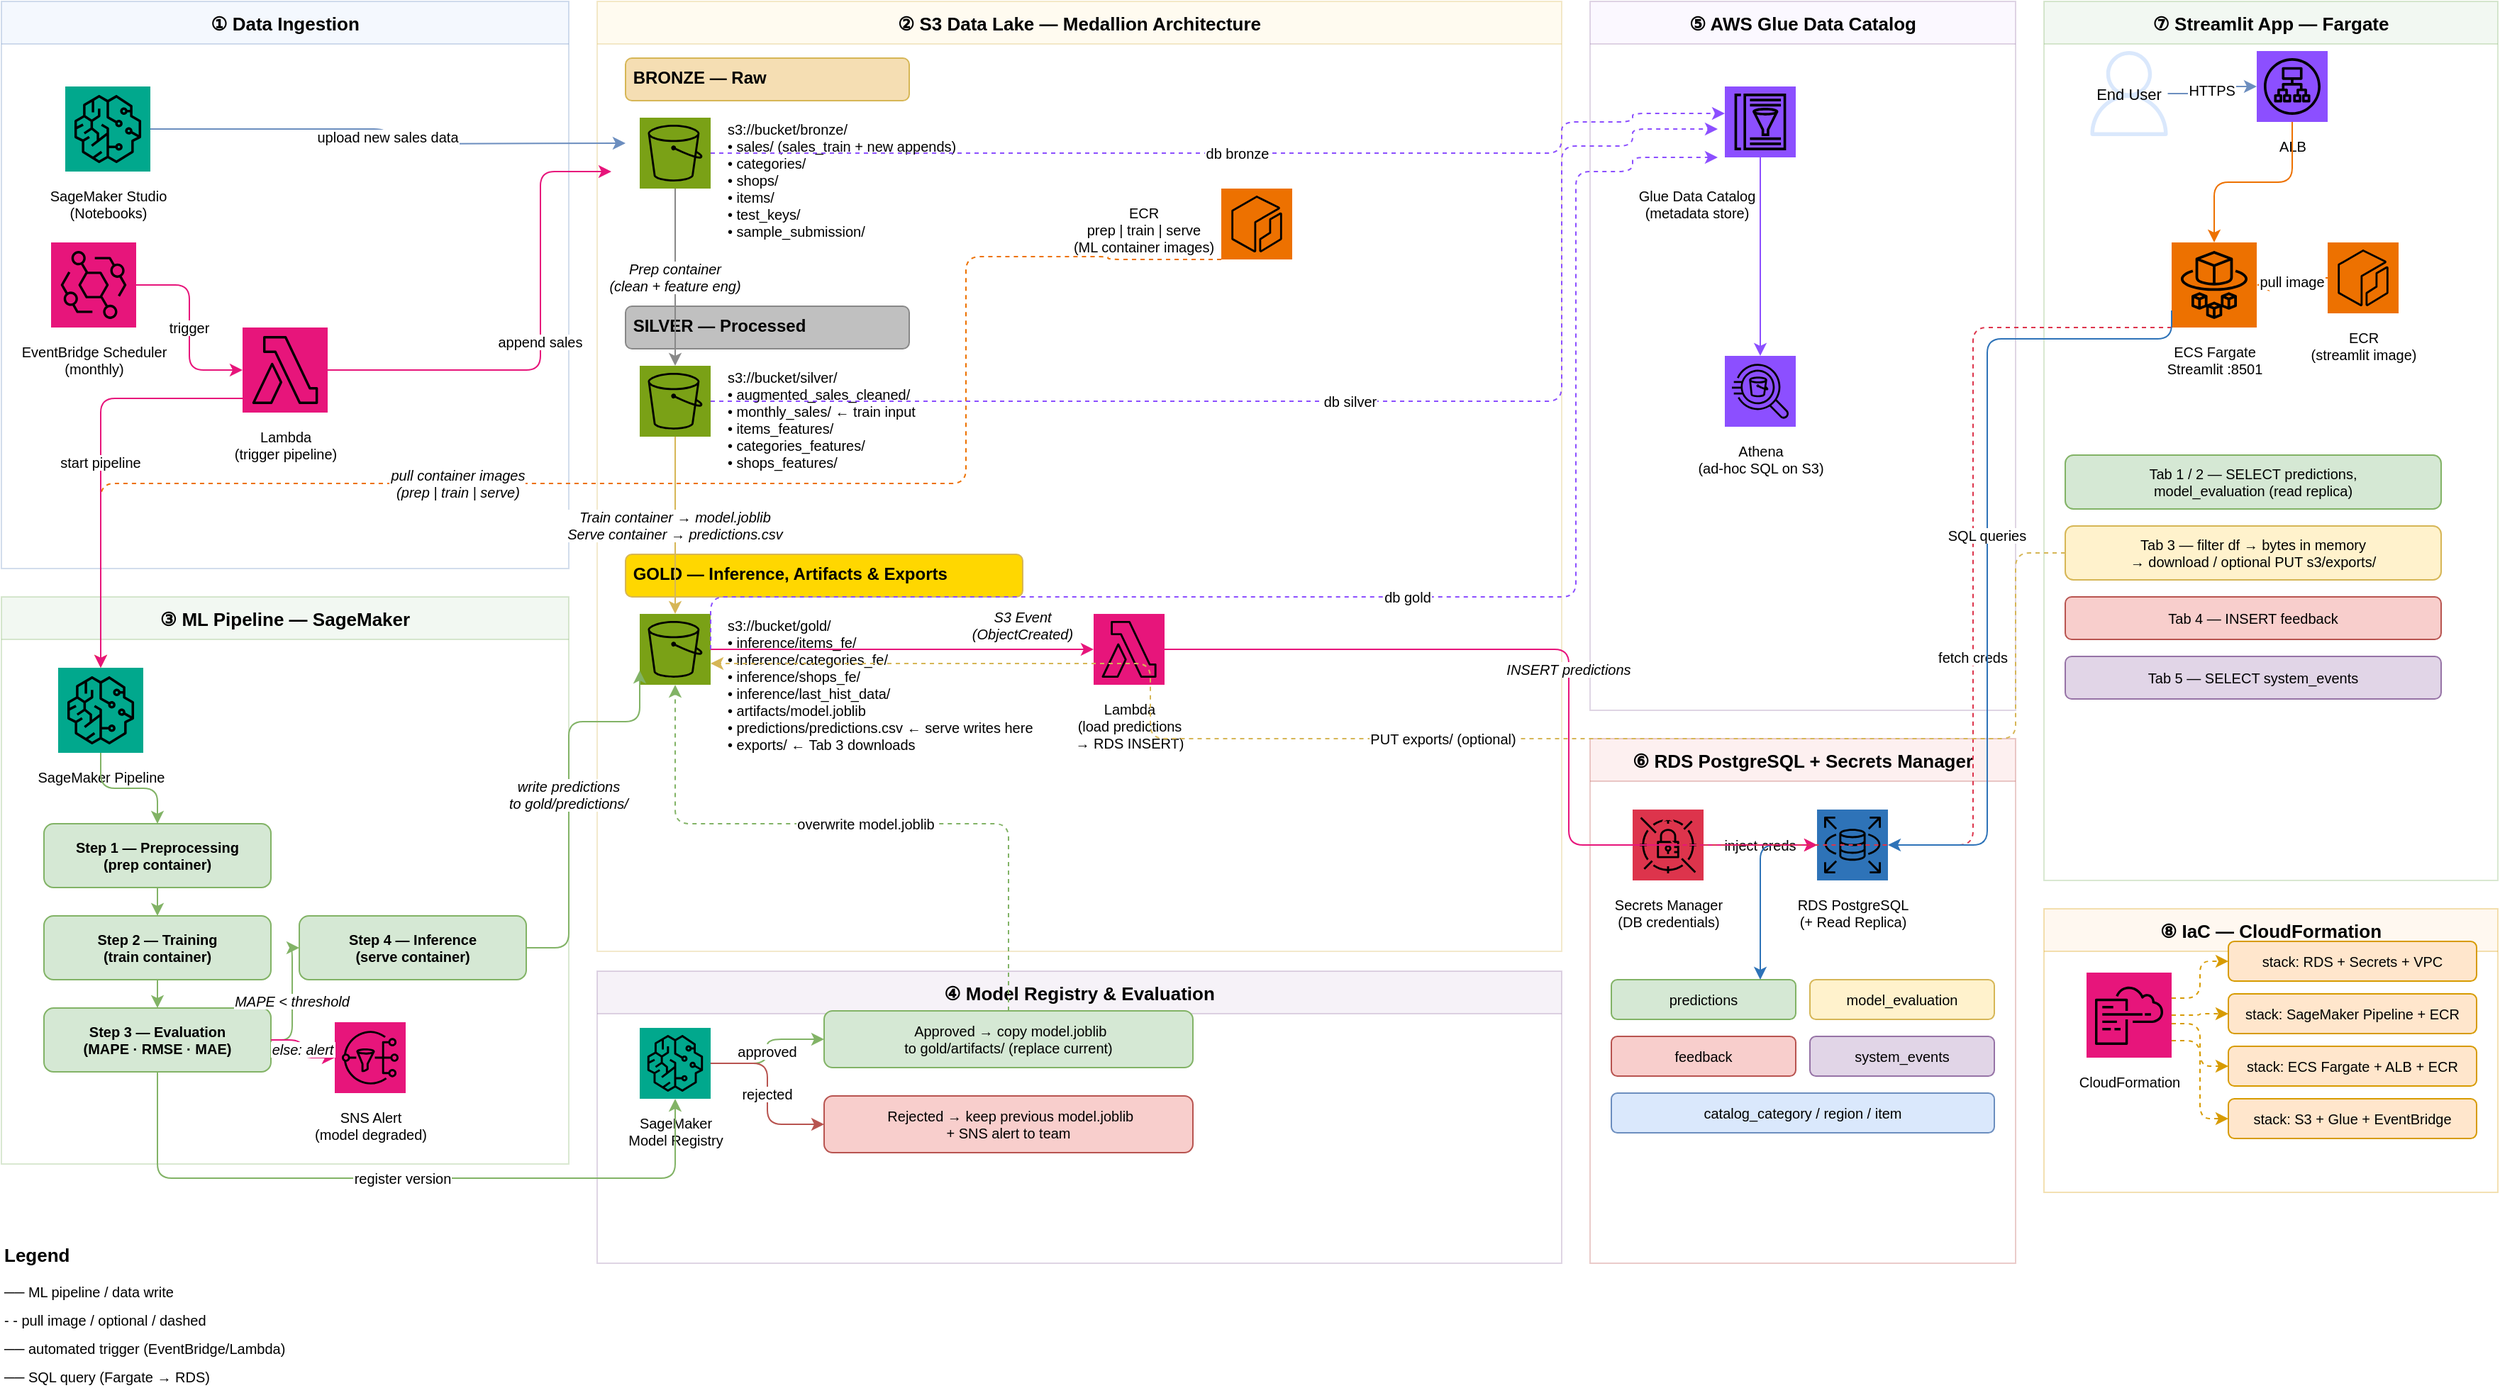
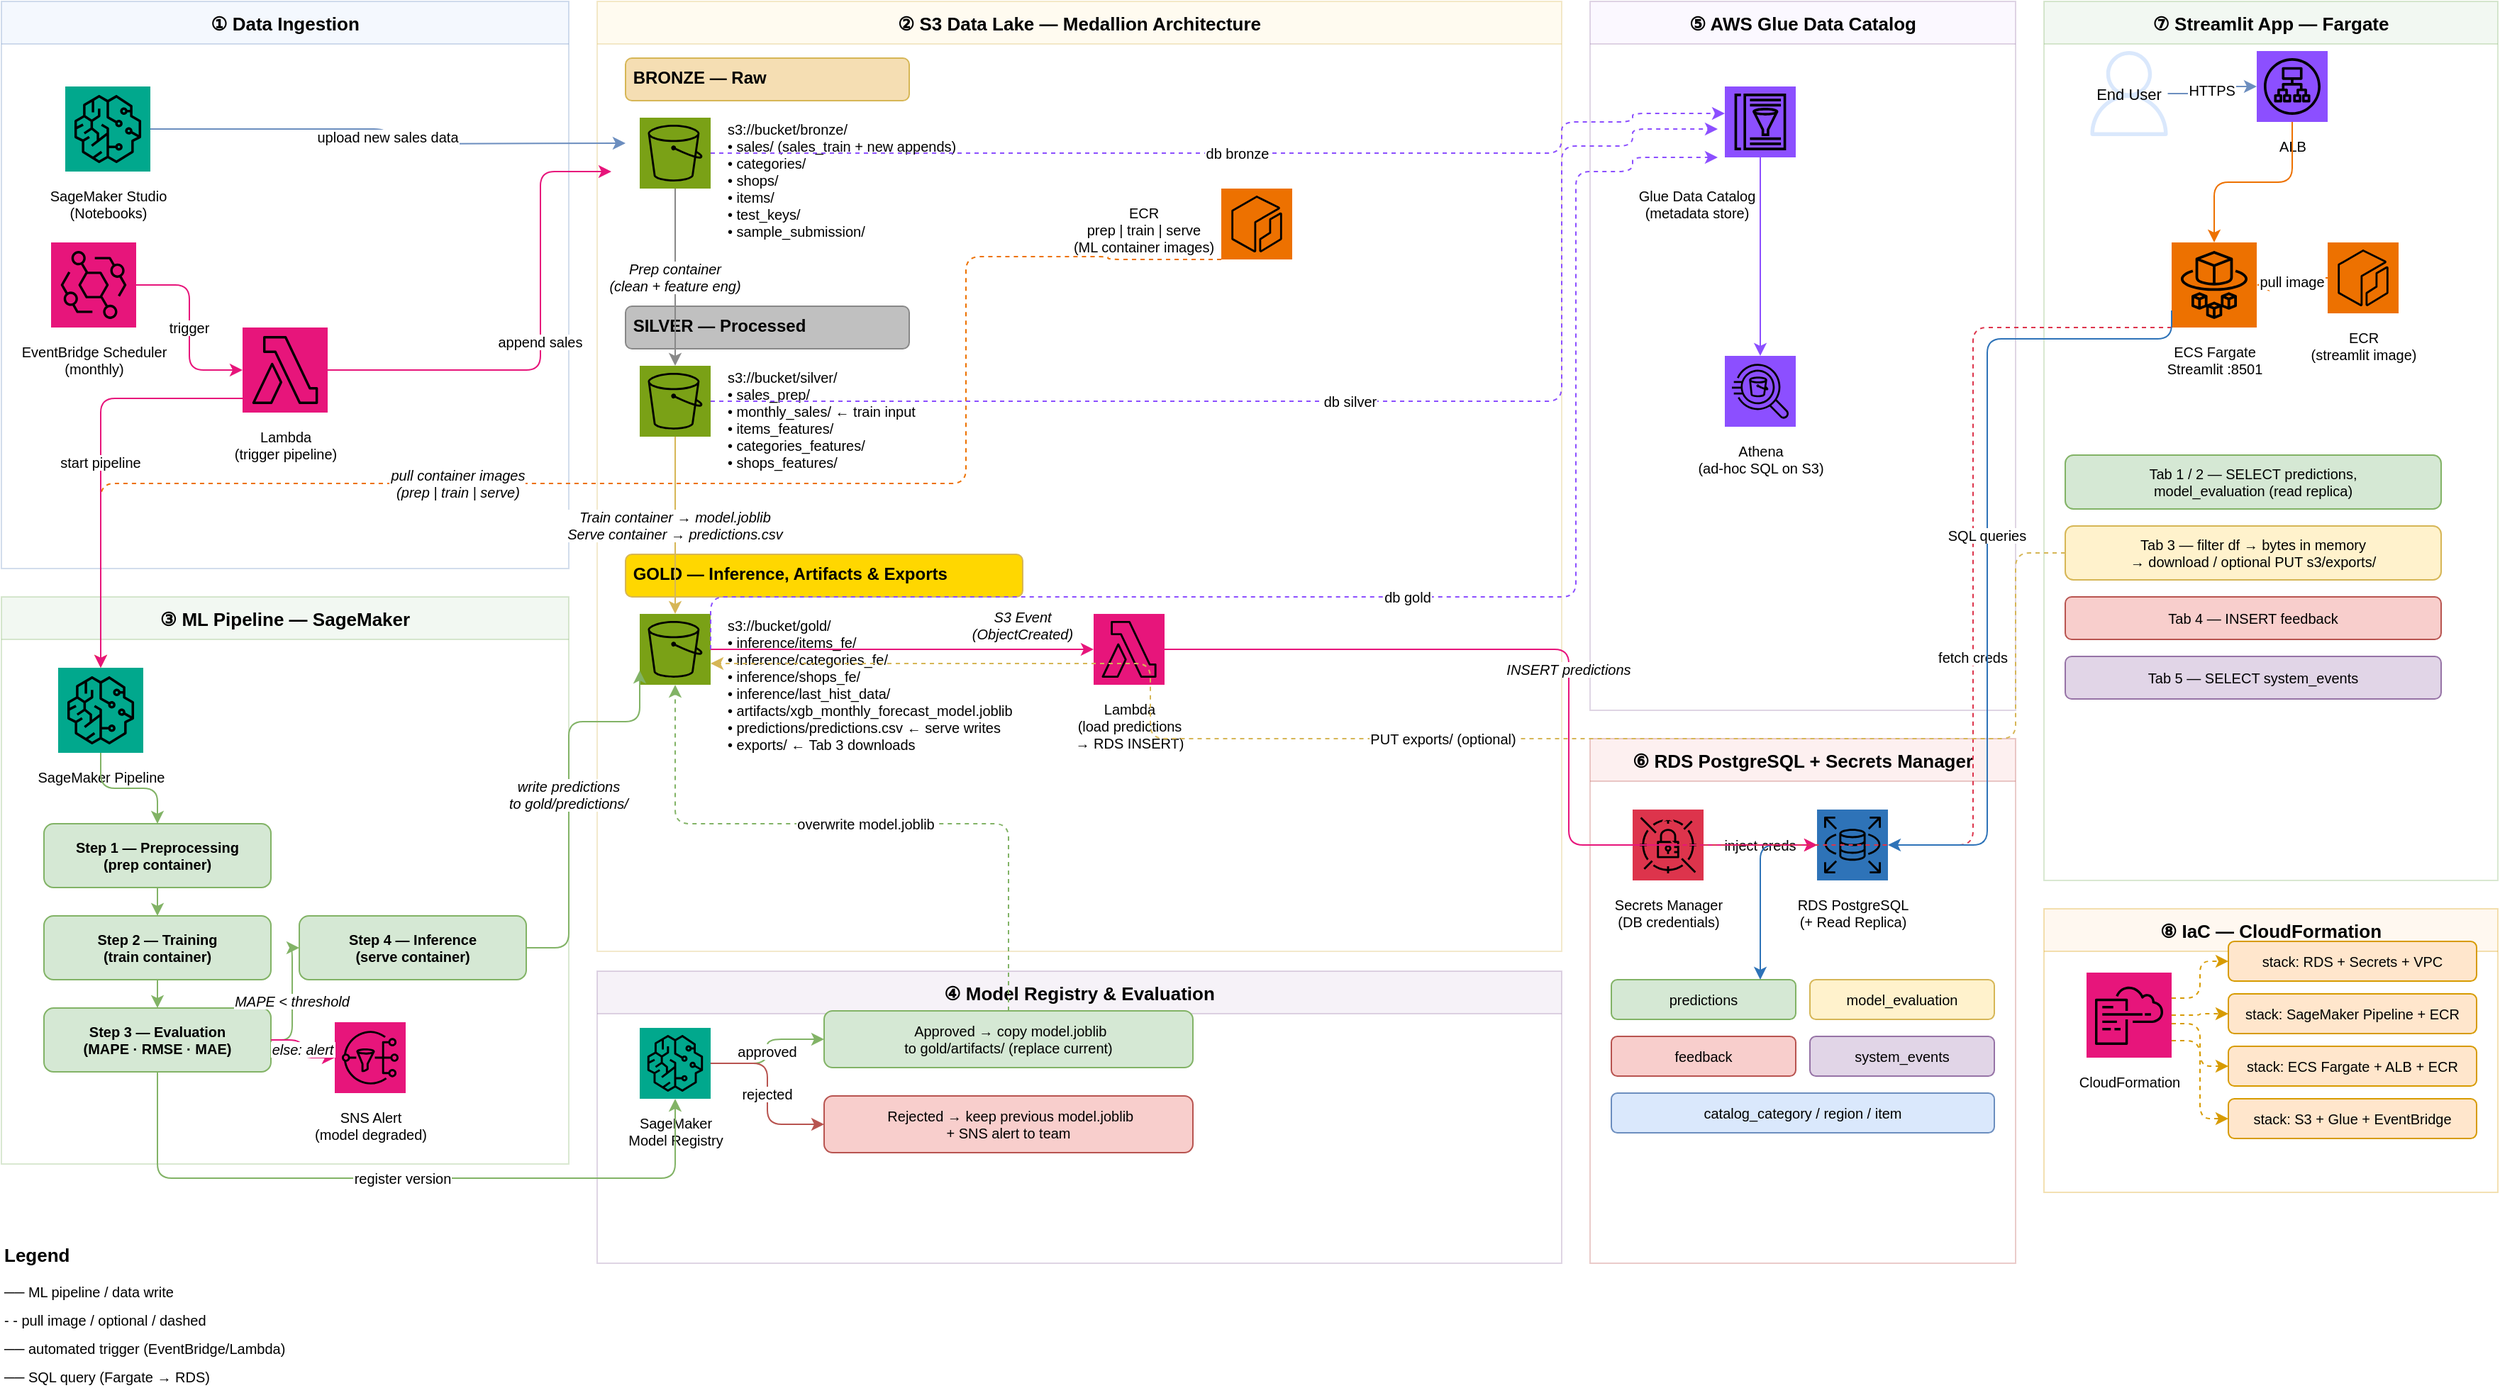
<mxfile host="app.diagrams.net">
  <diagram id="Pn2uagJREX6Z1DN-F_NW" name="Página-1">
-     <mxGraphModel dx="2293" dy="1103" grid="1" gridSize="10" guides="1" tooltips="1" connect="1" arrows="1" fold="1" page="1" pageScale="1" pageWidth="2800" pageHeight="2000" math="0" shadow="0">
+     <mxGraphModel dx="917" dy="441" grid="1" gridSize="10" guides="1" tooltips="1" connect="1" arrows="1" fold="1" page="1" pageScale="1" pageWidth="2800" pageHeight="2000" math="0" shadow="0">
      <root>
        <mxCell id="0" />
        <mxCell id="1" parent="0" />
        <mxCell id="zone_ingest" parent="1" style="swimlane;startSize=30;fillColor=#dae8fc;strokeColor=#6c8ebf;fontStyle=1;fontSize=13;opacity=30;" value="① Data Ingestion" vertex="1">
          <mxGeometry height="400" width="400" x="40" y="40" as="geometry" />
        </mxCell>
        <mxCell id="sm_studio" parent="zone_ingest" style="shape=mxgraph.aws4.resourceIcon;resIcon=mxgraph.aws4.sagemaker;fillColor=#01A88D;strokeColor=none;" value="" vertex="1">
          <mxGeometry height="60" width="60" x="45" y="60" as="geometry" />
        </mxCell>
        <mxCell id="sm_studio_lbl" parent="zone_ingest" style="text;html=1;align=center;fontSize=10;" value="SageMaker Studio&#xa;(Notebooks)" vertex="1">
          <mxGeometry height="30" width="110" x="20" y="125" as="geometry" />
        </mxCell>
        <mxCell id="scheduler" parent="zone_ingest" style="shape=mxgraph.aws4.resourceIcon;resIcon=mxgraph.aws4.eventbridge;fillColor=#E7157B;strokeColor=none;" value="" vertex="1">
          <mxGeometry height="60" width="60" x="35" y="170" as="geometry" />
        </mxCell>
        <mxCell id="scheduler_lbl" parent="zone_ingest" style="text;html=1;align=center;fontSize=10;" value="EventBridge Scheduler&lt;br&gt;(monthly)" vertex="1">
          <mxGeometry height="30" width="110" x="10" y="235" as="geometry" />
        </mxCell>
        <mxCell id="zone_s3" parent="1" style="swimlane;startSize=30;fillColor=#fff2cc;strokeColor=#d6b656;fontStyle=1;fontSize=13;opacity=30;" value="② S3 Data Lake — Medallion Architecture" vertex="1">
          <mxGeometry height="670" width="680" x="460" y="40" as="geometry" />
        </mxCell>
        <mxCell id="ecr" parent="zone_s3" style="shape=mxgraph.aws4.resourceIcon;resIcon=mxgraph.aws4.ecr;fillColor=#ED7100;strokeColor=none;" value="" vertex="1">
          <mxGeometry height="50" width="50" x="440" y="132" as="geometry" />
        </mxCell>
        <mxCell id="zone_ml" parent="1" style="swimlane;startSize=30;fillColor=#d5e8d4;strokeColor=#82b366;fontStyle=1;fontSize=13;opacity=30;" value="③ ML Pipeline — SageMaker" vertex="1">
          <mxGeometry height="400" width="400" x="40" y="460" as="geometry" />
        </mxCell>
        <mxCell id="zone_registry" parent="1" style="swimlane;startSize=30;fillColor=#e1d5e7;strokeColor=#9673a6;fontStyle=1;fontSize=13;opacity=30;" value="④ Model Registry &amp; Evaluation" vertex="1">
          <mxGeometry height="206" width="680" x="460" y="724" as="geometry" />
        </mxCell>
        <mxCell id="zone_catalog" parent="1" style="swimlane;startSize=30;fillColor=#f0e6ff;strokeColor=#9673a6;fontStyle=1;fontSize=13;opacity=30;" value="⑤ AWS Glue Data Catalog" vertex="1">
          <mxGeometry height="500" width="300" x="1160" y="40" as="geometry" />
        </mxCell>
        <mxCell id="glue_catalog" parent="zone_catalog" style="shape=mxgraph.aws4.resourceIcon;resIcon=mxgraph.aws4.glue_data_catalog;fillColor=#8C4FFF;strokeColor=none;" value="" vertex="1">
          <mxGeometry height="50" width="50" x="95" y="60" as="geometry" />
        </mxCell>
        <mxCell id="glue_catalog_lbl" parent="zone_catalog" style="text;html=1;align=center;fontSize=10;" value="Glue Data Catalog&#xa;(metadata store)" vertex="1">
          <mxGeometry height="30" width="90" x="30" y="125" as="geometry" />
        </mxCell>
        <mxCell id="zone_rds" parent="1" style="swimlane;startSize=30;fillColor=#f8cecc;strokeColor=#b85450;fontStyle=1;fontSize=13;opacity=30;" value="⑥ RDS PostgreSQL + Secrets Manager" vertex="1">
          <mxGeometry height="370" width="300" x="1160" y="560" as="geometry" />
        </mxCell>
        <mxCell id="zone_app" parent="1" style="swimlane;startSize=30;fillColor=#d5e8d4;strokeColor=#82b366;fontStyle=1;fontSize=13;opacity=30;" value="⑦ Streamlit App — Fargate" vertex="1">
          <mxGeometry height="620" width="320" x="1480" y="40" as="geometry" />
        </mxCell>
        <mxCell id="zone_iac" parent="1" style="swimlane;startSize=30;fillColor=#ffe6cc;strokeColor=#d79b00;fontStyle=1;fontSize=13;opacity=30;" value="⑧ IaC — CloudFormation" vertex="1">
          <mxGeometry height="200" width="320" x="1480" y="680" as="geometry" />
        </mxCell>
        <mxCell id="cfn" parent="zone_iac" style="shape=mxgraph.aws4.resourceIcon;resIcon=mxgraph.aws4.cloudformation;fillColor=#E7157B;strokeColor=none;" value="" vertex="1">
          <mxGeometry height="60" width="60" x="30" y="45" as="geometry" />
        </mxCell>
        <mxCell id="cfn_lbl" parent="zone_iac" style="text;html=1;align=center;fontSize=10;" value="CloudFormation" vertex="1">
          <mxGeometry height="20" width="90" x="15" y="110" as="geometry" />
        </mxCell>
        <mxCell id="lambda" parent="1" style="shape=mxgraph.aws4.resourceIcon;resIcon=mxgraph.aws4.lambda;fillColor=#E7157B;strokeColor=none;" value="" vertex="1">
          <mxGeometry height="60" width="60" x="210" y="270" as="geometry" />
        </mxCell>
        <mxCell id="lambda_lbl" parent="1" style="text;html=1;align=center;fontSize=10;" value="Lambda&#xa;(trigger pipeline)" vertex="1">
          <mxGeometry height="30" width="100" x="190" y="335" as="geometry" />
        </mxCell>
        <mxCell id="e_eb_lam" edge="1" parent="1" source="scheduler" style="edgeStyle=orthogonalEdgeStyle;fontSize=10;strokeColor=#E7157B;" target="lambda" value="trigger">
          <mxGeometry relative="1" as="geometry" />
        </mxCell>
        <mxCell id="e_sm_s3raw" edge="1" parent="1" source="sm_studio" style="edgeStyle=orthogonalEdgeStyle;fontSize=10;strokeColor=#6c8ebf;" value="upload new sales data">
          <mxGeometry relative="1" as="geometry">
            <mxPoint x="480" y="140" as="targetPoint" />
          </mxGeometry>
        </mxCell>
        <mxCell id="e_lam_s3raw" edge="1" parent="1" source="lambda" style="edgeStyle=orthogonalEdgeStyle;fontSize=10;strokeColor=#E7157B;" value="append sales">
          <mxGeometry relative="1" as="geometry">
            <Array as="points">
              <mxPoint x="420" y="300" />
            </Array>
            <mxPoint x="470" y="160" as="targetPoint" />
          </mxGeometry>
        </mxCell>
        <mxCell id="s3_bronze_hdr" parent="1" style="text;html=1;fontStyle=1;fontSize=12;fillColor=#f5deb3;strokeColor=#d6b656;rounded=1;" value="&amp;nbsp;BRONZE — Raw" vertex="1">
          <mxGeometry height="30" width="200" x="480" y="80" as="geometry" />
        </mxCell>
        <mxCell id="s3_bronze" parent="1" style="shape=mxgraph.aws4.resourceIcon;resIcon=mxgraph.aws4.s3;fillColor=#7AA116;strokeColor=none;" value="" vertex="1">
          <mxGeometry height="50" width="50" x="490" y="122" as="geometry" />
        </mxCell>
        <mxCell id="s3_bronze_lbl" parent="1" style="text;html=1;align=left;fontSize=10;verticalAlign=top;" value="s3://bucket/bronze/&#xa;• sales/ (sales_train + new appends)&#xa;• categories/&#xa;• shops/&#xa;• items/&#xa;• test_keys/&#xa;• sample_submission/" vertex="1">
          <mxGeometry height="100" width="240" x="550" y="118" as="geometry" />
        </mxCell>
        <mxCell id="s3_silver_hdr" parent="1" style="text;html=1;fontStyle=1;fontSize=12;fillColor=#c0c0c0;strokeColor=#888;rounded=1;" value="&amp;nbsp;SILVER — Processed" vertex="1">
          <mxGeometry height="30" width="200" x="480" y="255" as="geometry" />
        </mxCell>
        <mxCell id="s3_silver" parent="1" style="shape=mxgraph.aws4.resourceIcon;resIcon=mxgraph.aws4.s3;fillColor=#7AA116;strokeColor=none;" value="" vertex="1">
          <mxGeometry height="50" width="50" x="490" y="297" as="geometry" />
        </mxCell>
-         <mxCell id="s3_silver_lbl" parent="1" style="text;html=1;align=left;fontSize=10;verticalAlign=top;" value="s3://bucket/silver/&#xa;• augmented_sales_cleaned/&#xa;• monthly_sales/ ← train input&#xa;• items_features/&#xa;• categories_features/&#xa;• shops_features/" vertex="1">
+         <mxCell id="s3_silver_lbl" parent="1" style="text;html=1;align=left;fontSize=10;verticalAlign=top;" value="s3://bucket/silver/&lt;br&gt;• sales_prep/&lt;br&gt;• monthly_sales/ ← train input&lt;br&gt;• items_features/&lt;br&gt;• categories_features/&lt;br&gt;• shops_features/" vertex="1">
          <mxGeometry height="100" width="230" x="550" y="293" as="geometry" />
        </mxCell>
        <mxCell id="s3_gold_hdr" parent="1" style="text;html=1;fontStyle=1;fontSize=12;fillColor=#ffd700;strokeColor=#d6b656;rounded=1;" value="&amp;nbsp;GOLD — Inference, Artifacts &amp;amp; Exports" vertex="1">
          <mxGeometry height="30" width="280" x="480" y="430" as="geometry" />
        </mxCell>
        <mxCell id="s3_gold" parent="1" style="shape=mxgraph.aws4.resourceIcon;resIcon=mxgraph.aws4.s3;fillColor=#7AA116;strokeColor=none;" value="" vertex="1">
          <mxGeometry height="50" width="50" x="490" y="472" as="geometry" />
        </mxCell>
-         <mxCell id="s3_gold_lbl" parent="1" style="text;html=1;align=left;fontSize=10;verticalAlign=top;" value="s3://bucket/gold/&#xa;• inference/items_fe/&#xa;• inference/categories_fe/&#xa;• inference/shops_fe/&#xa;• inference/last_hist_data/&#xa;• artifacts/model.joblib&#xa;• predictions/predictions.csv  ← serve writes here&#xa;• exports/ ← Tab 3 downloads" vertex="1">
+         <mxCell id="s3_gold_lbl" parent="1" style="text;html=1;align=left;fontSize=10;verticalAlign=top;" value="s3://bucket/gold/&lt;br&gt;• inference/items_fe/&lt;br&gt;• inference/categories_fe/&lt;br&gt;• inference/shops_fe/&lt;br&gt;• inference/last_hist_data/&lt;br&gt;• artifacts/xgb_monthly_forecast_model.joblib&lt;br&gt;• predictions/predictions.csv  ← serve writes&lt;br&gt;• exports/ ← Tab 3 downloads" vertex="1">
          <mxGeometry height="130" width="260" x="550" y="468" as="geometry" />
        </mxCell>
        <mxCell id="lambda_loader" parent="1" style="shape=mxgraph.aws4.resourceIcon;resIcon=mxgraph.aws4.lambda;fillColor=#E7157B;strokeColor=none;" value="" vertex="1">
          <mxGeometry height="50" width="50" x="810" y="472" as="geometry" />
        </mxCell>
        <mxCell id="lambda_loader_lbl" parent="1" style="text;html=1;align=center;fontSize=10;" value="Lambda&lt;br&gt;(load predictions&lt;br&gt;→ RDS INSERT)" vertex="1">
          <mxGeometry height="40" width="90" x="790" y="527" as="geometry" />
        </mxCell>
        <mxCell id="e_gold_loader" edge="1" parent="1" source="s3_gold" style="edgeStyle=orthogonalEdgeStyle;fontSize=10;strokeColor=#E7157B;fontStyle=2;" target="lambda_loader" value="S3 Event&#xa;(ObjectCreated)">
          <mxGeometry relative="1" x="0.6296" y="17" as="geometry">
            <mxPoint as="offset" />
          </mxGeometry>
        </mxCell>
        <mxCell id="ecr_lbl" parent="1" style="text;html=1;align=center;fontSize=10;" value="ECR&#xa;prep | train | serve&#xa;(ML container images)" vertex="1">
          <mxGeometry height="40" width="100" x="795" y="177" as="geometry" />
        </mxCell>
        <mxCell id="e_bron_silv" edge="1" parent="1" source="s3_bronze" style="edgeStyle=orthogonalEdgeStyle;fontSize=10;exitX=0.5;exitY=1;entryX=0.5;entryY=0;strokeColor=#888;fontStyle=2;" target="s3_silver" value="Prep container&#xa;(clean + feature eng)">
          <mxGeometry relative="1" as="geometry" />
        </mxCell>
        <mxCell id="e_silv_gold" edge="1" parent="1" source="s3_silver" style="edgeStyle=orthogonalEdgeStyle;fontSize=10;exitX=0.5;exitY=1;entryX=0.5;entryY=0;strokeColor=#d6b656;fontStyle=2;" target="s3_gold" value="Train container → model.joblib&#xa;Serve container → predictions.csv">
          <mxGeometry relative="1" as="geometry" />
        </mxCell>
        <mxCell id="sm_pipeline" parent="1" style="shape=mxgraph.aws4.resourceIcon;resIcon=mxgraph.aws4.sagemaker;fillColor=#01A88D;strokeColor=none;" value="" vertex="1">
          <mxGeometry height="60" width="60" x="80" y="510" as="geometry" />
        </mxCell>
        <mxCell id="sm_pipeline_lbl" parent="1" style="text;html=1;align=center;fontSize=10;" value="SageMaker Pipeline" vertex="1">
          <mxGeometry height="20" width="100" x="60" y="575" as="geometry" />
        </mxCell>
        <mxCell id="step_prep" parent="1" style="rounded=1;fillColor=#d5e8d4;strokeColor=#82b366;fontSize=10;fontStyle=1;" value="Step 1 — Preprocessing&#xa;(prep container)" vertex="1">
          <mxGeometry height="45" width="160" x="70" y="620" as="geometry" />
        </mxCell>
        <mxCell id="step_train" parent="1" style="rounded=1;fillColor=#d5e8d4;strokeColor=#82b366;fontSize=10;fontStyle=1;" value="Step 2 — Training&#xa;(train container)" vertex="1">
          <mxGeometry height="45" width="160" x="70" y="685" as="geometry" />
        </mxCell>
        <mxCell id="step_eval" parent="1" style="rounded=1;fillColor=#d5e8d4;strokeColor=#82b366;fontSize=10;fontStyle=1;" value="Step 3 — Evaluation&#xa;(MAPE · RMSE · MAE)" vertex="1">
          <mxGeometry height="45" width="160" x="70" y="750" as="geometry" />
        </mxCell>
        <mxCell id="step_serve" parent="1" style="rounded=1;fillColor=#d5e8d4;strokeColor=#82b366;fontSize=10;fontStyle=1;" value="Step 4 — Inference&#xa;(serve container)" vertex="1">
          <mxGeometry height="45" width="160" x="250" y="685" as="geometry" />
        </mxCell>
        <mxCell id="sns" parent="1" style="shape=mxgraph.aws4.resourceIcon;resIcon=mxgraph.aws4.sns;fillColor=#E7157B;strokeColor=none;" value="" vertex="1">
          <mxGeometry height="50" width="50" x="275" y="760" as="geometry" />
        </mxCell>
        <mxCell id="sns_lbl" parent="1" style="text;html=1;align=center;fontSize=10;" value="SNS Alert&#xa;(model degraded)" vertex="1">
          <mxGeometry height="30" width="80" x="260" y="815" as="geometry" />
        </mxCell>
        <mxCell id="e_ecr_pipeline" edge="1" parent="1" source="ecr" style="edgeStyle=orthogonalEdgeStyle;fontSize=10;dashed=1;strokeColor=#ED7100;fontStyle=2;exitX=0;exitY=1;entryX=0.5;entryY=0;" target="sm_pipeline" value="pull container images&#xa;(prep | train | serve)">
          <mxGeometry relative="1" x="0.2939" as="geometry">
            <mxPoint as="offset" />
            <Array as="points">
              <mxPoint x="820" y="220" />
              <mxPoint x="720" y="220" />
              <mxPoint x="720" y="380" />
              <mxPoint x="110" y="380" />
            </Array>
          </mxGeometry>
        </mxCell>
        <mxCell id="e_lam_pipeline" edge="1" parent="1" source="lambda" style="edgeStyle=orthogonalEdgeStyle;fontSize=10;strokeColor=#E7157B;" target="sm_pipeline" value="start pipeline">
          <mxGeometry relative="1" as="geometry">
            <Array as="points">
              <mxPoint x="110" y="320" />
            </Array>
          </mxGeometry>
        </mxCell>
        <mxCell id="e_pipe_prep" edge="1" parent="1" source="sm_pipeline" style="edgeStyle=orthogonalEdgeStyle;strokeColor=#82b366;" target="step_prep" value="">
          <mxGeometry relative="1" as="geometry" />
        </mxCell>
        <mxCell id="e_prep_train" edge="1" parent="1" source="step_prep" style="edgeStyle=orthogonalEdgeStyle;strokeColor=#82b366;" target="step_train" value="">
          <mxGeometry relative="1" as="geometry" />
        </mxCell>
        <mxCell id="e_train_eval" edge="1" parent="1" source="step_train" style="edgeStyle=orthogonalEdgeStyle;strokeColor=#82b366;" target="step_eval" value="">
          <mxGeometry relative="1" as="geometry" />
        </mxCell>
        <mxCell id="e_eval_serve" edge="1" parent="1" source="step_eval" style="edgeStyle=orthogonalEdgeStyle;fontSize=10;fontStyle=2;strokeColor=#82b366;exitX=1;exitY=0.5;entryX=0;entryY=0.5;" target="step_serve" value="MAPE &lt; threshold">
          <mxGeometry relative="1" as="geometry">
            <Array as="points">
              <mxPoint x="245" y="772" />
              <mxPoint x="245" y="707" />
            </Array>
          </mxGeometry>
        </mxCell>
        <mxCell id="e_eval_sns" edge="1" parent="1" source="step_eval" style="edgeStyle=orthogonalEdgeStyle;fontSize=10;fontStyle=2;strokeColor=#E7157B;" target="sns" value="else: alert">
          <mxGeometry relative="1" as="geometry" />
        </mxCell>
        <mxCell id="e_serve_s3" edge="1" parent="1" source="step_serve" style="edgeStyle=orthogonalEdgeStyle;fontSize=10;fontStyle=2;strokeColor=#82b366;exitX=1;exitY=0.5;entryX=0;entryY=0.8;" target="s3_gold" value="write predictions&#xa;to gold/predictions/">
          <mxGeometry relative="1" as="geometry">
            <Array as="points">
              <mxPoint x="440" y="707" />
              <mxPoint x="440" y="548" />
            </Array>
          </mxGeometry>
        </mxCell>
        <mxCell id="model_registry" parent="1" style="shape=mxgraph.aws4.resourceIcon;resIcon=mxgraph.aws4.sagemaker;fillColor=#01A88D;strokeColor=none;" value="" vertex="1">
          <mxGeometry height="50" width="50" x="490" y="764" as="geometry" />
        </mxCell>
        <mxCell id="model_registry_lbl" parent="1" style="text;html=1;align=center;fontSize=10;" value="SageMaker&#xa;Model Registry" vertex="1">
          <mxGeometry height="30" width="90" x="470" y="819" as="geometry" />
        </mxCell>
        <mxCell id="model_approved" parent="1" style="rounded=1;fillColor=#d5e8d4;strokeColor=#82b366;fontSize=10;" value=" Approved → copy model.joblib&#xa;to gold/artifacts/ (replace current)" vertex="1">
          <mxGeometry height="40" width="260" x="620" y="752" as="geometry" />
        </mxCell>
        <mxCell id="model_rejected" parent="1" style="rounded=1;fillColor=#f8cecc;strokeColor=#b85450;fontSize=10;" value=" Rejected → keep previous model.joblib&#xa;+ SNS alert to team" vertex="1">
          <mxGeometry height="40" width="260" x="620" y="812" as="geometry" />
        </mxCell>
        <mxCell id="e_eval_reg" edge="1" parent="1" source="step_eval" style="edgeStyle=orthogonalEdgeStyle;fontSize=10;strokeColor=#82b366;" target="model_registry" value="register version">
          <mxGeometry relative="1" as="geometry">
            <Array as="points">
              <mxPoint x="150" y="870" />
              <mxPoint x="515" y="870" />
            </Array>
          </mxGeometry>
        </mxCell>
        <mxCell id="e_reg_approve" edge="1" parent="1" source="model_registry" style="edgeStyle=orthogonalEdgeStyle;fontSize=10;strokeColor=#82b366;" target="model_approved" value="approved">
          <mxGeometry relative="1" as="geometry" />
        </mxCell>
        <mxCell id="e_reg_reject" edge="1" parent="1" source="model_registry" style="edgeStyle=orthogonalEdgeStyle;fontSize=10;strokeColor=#b85450;" target="model_rejected" value="rejected">
          <mxGeometry relative="1" as="geometry" />
        </mxCell>
        <mxCell id="e_approve_gold" edge="1" parent="1" source="model_approved" style="edgeStyle=orthogonalEdgeStyle;fontSize=10;dashed=1;strokeColor=#82b366;" target="s3_gold" value="overwrite model.joblib">
          <mxGeometry relative="1" as="geometry">
            <Array as="points">
              <mxPoint x="750" y="620" />
              <mxPoint x="515" y="620" />
            </Array>
          </mxGeometry>
        </mxCell>
        <mxCell id="athena" parent="1" style="shape=mxgraph.aws4.resourceIcon;resIcon=mxgraph.aws4.athena;fillColor=#8C4FFF;strokeColor=none;" value="" vertex="1">
          <mxGeometry height="50" width="50" x="1255" y="290" as="geometry" />
        </mxCell>
        <mxCell id="athena_lbl" parent="1" style="text;html=1;align=center;fontSize=10;" value="Athena&#xa;(ad-hoc SQL on S3)" vertex="1">
          <mxGeometry height="30" width="90" x="1235" y="345" as="geometry" />
        </mxCell>
        <mxCell id="e_bronze_glue" edge="1" parent="1" source="s3_bronze" style="edgeStyle=orthogonalEdgeStyle;fontSize=10;dashed=1;strokeColor=#8C4FFF;exitX=1;exitY=0.5;entryX=0;entryY=0.38;entryDx=0;entryDy=0;entryPerimeter=0;" target="glue_catalog" value="db bronze">
          <mxGeometry relative="1" as="geometry">
            <Array as="points">
              <mxPoint x="1140" y="147" />
              <mxPoint x="1140" y="125" />
              <mxPoint x="1190" y="125" />
              <mxPoint x="1190" y="119" />
            </Array>
            <mxPoint x="1190" y="125" as="targetPoint" />
          </mxGeometry>
        </mxCell>
        <mxCell id="e_silver_glue" edge="1" parent="1" source="s3_silver" style="edgeStyle=orthogonalEdgeStyle;fontSize=10;dashed=1;strokeColor=#8C4FFF;exitX=1;exitY=0.5;" value="db silver">
          <mxGeometry relative="1" as="geometry">
            <Array as="points">
              <mxPoint x="1140" y="322" />
              <mxPoint x="1140" y="142" />
              <mxPoint x="1190" y="142" />
              <mxPoint x="1190" y="130" />
            </Array>
            <mxPoint x="1250" y="130" as="targetPoint" />
          </mxGeometry>
        </mxCell>
        <mxCell id="e_gold_glue" edge="1" parent="1" source="s3_gold" style="edgeStyle=orthogonalEdgeStyle;fontSize=10;dashed=1;strokeColor=#8C4FFF;exitX=1;exitY=0.5;" value="db gold">
          <mxGeometry relative="1" as="geometry">
            <Array as="points">
              <mxPoint x="540" y="460" />
              <mxPoint x="1150" y="460" />
              <mxPoint x="1150" y="160" />
              <mxPoint x="1190" y="160" />
              <mxPoint x="1190" y="150" />
            </Array>
            <mxPoint x="1250" y="150" as="targetPoint" />
          </mxGeometry>
        </mxCell>
        <mxCell id="e_cat_athena" edge="1" parent="1" source="glue_catalog" style="edgeStyle=orthogonalEdgeStyle;strokeColor=#8C4FFF;" target="athena" value="">
          <mxGeometry relative="1" as="geometry" />
        </mxCell>
        <mxCell id="secrets" parent="1" style="shape=mxgraph.aws4.resourceIcon;resIcon=mxgraph.aws4.secrets_manager;fillColor=#DD344C;strokeColor=none;" value="" vertex="1">
          <mxGeometry height="50" width="50" x="1190" y="610" as="geometry" />
        </mxCell>
        <mxCell id="secrets_lbl" parent="1" style="text;html=1;align=center;fontSize=10;" value="Secrets Manager&#xa;(DB credentials)" vertex="1">
          <mxGeometry height="30" width="90" x="1170" y="665" as="geometry" />
        </mxCell>
        <mxCell id="rds" parent="1" style="shape=mxgraph.aws4.resourceIcon;resIcon=mxgraph.aws4.rds;fillColor=#2E73B8;strokeColor=none;" value="" vertex="1">
          <mxGeometry height="50" width="50" x="1320" y="610" as="geometry" />
        </mxCell>
        <mxCell id="rds_lbl" parent="1" style="text;html=1;align=center;fontSize=10;" value="RDS PostgreSQL&#xa;(+ Read Replica)" vertex="1">
          <mxGeometry height="30" width="90" x="1300" y="665" as="geometry" />
        </mxCell>
        <mxCell id="tbl_pred" parent="1" style="rounded=1;fillColor=#d5e8d4;strokeColor=#82b366;fontSize=10;" value="predictions" vertex="1">
          <mxGeometry height="28" width="130" x="1175" y="730" as="geometry" />
        </mxCell>
        <mxCell id="tbl_eval" parent="1" style="rounded=1;fillColor=#fff2cc;strokeColor=#d6b656;fontSize=10;" value="model_evaluation" vertex="1">
          <mxGeometry height="28" width="130" x="1315" y="730" as="geometry" />
        </mxCell>
        <mxCell id="tbl_fb" parent="1" style="rounded=1;fillColor=#f8cecc;strokeColor=#b85450;fontSize=10;" value="feedback" vertex="1">
          <mxGeometry height="28" width="130" x="1175" y="770" as="geometry" />
        </mxCell>
        <mxCell id="tbl_se" parent="1" style="rounded=1;fillColor=#e1d5e7;strokeColor=#9673a6;fontSize=10;" value="system_events" vertex="1">
          <mxGeometry height="28" width="130" x="1315" y="770" as="geometry" />
        </mxCell>
        <mxCell id="tbl_cat" parent="1" style="rounded=1;fillColor=#dae8fc;strokeColor=#6c8ebf;fontSize=10;" value="catalog_category / region / item" vertex="1">
          <mxGeometry height="28" width="270" x="1175" y="810" as="geometry" />
        </mxCell>
        <mxCell id="e_sec_rds" edge="1" parent="1" source="secrets" style="edgeStyle=orthogonalEdgeStyle;fontSize=10;strokeColor=#DD344C;" target="rds" value="inject creds">
          <mxGeometry relative="1" as="geometry" />
        </mxCell>
        <mxCell id="e_rds_tbls" edge="1" parent="1" source="rds" style="edgeStyle=orthogonalEdgeStyle;strokeColor=#2E73B8;" target="tbl_pred" value="">
          <mxGeometry relative="1" as="geometry">
            <Array as="points">
              <mxPoint x="1280" y="635" />
            </Array>
          </mxGeometry>
        </mxCell>
        <mxCell id="e_loader_rds" edge="1" parent="1" source="lambda_loader" style="edgeStyle=orthogonalEdgeStyle;fontSize=10;fontStyle=2;strokeColor=#E7157B;exitX=1;exitY=0.5;entryX=0;entryY=0.5;" target="rds" value="INSERT predictions">
          <mxGeometry relative="1" as="geometry">
            <Array as="points">
              <mxPoint x="1145" y="497" />
              <mxPoint x="1145" y="635" />
              <mxPoint x="1320" y="635" />
            </Array>
          </mxGeometry>
        </mxCell>
        <mxCell id="user" parent="1" style="shape=mxgraph.aws4.user;fillColor=#dae8fc;strokeColor=#6c8ebf;fontSize=11;" value="End User" vertex="1">
          <mxGeometry height="60" width="60" x="1510" y="75" as="geometry" />
        </mxCell>
        <mxCell id="alb" parent="1" style="shape=mxgraph.aws4.resourceIcon;resIcon=mxgraph.aws4.application_load_balancer;fillColor=#8C4FFF;strokeColor=none;" value="" vertex="1">
          <mxGeometry height="50" width="50" x="1630" y="75" as="geometry" />
        </mxCell>
        <mxCell id="alb_lbl" parent="1" style="text;html=1;align=center;fontSize=10;" value="ALB" vertex="1">
          <mxGeometry height="20" width="50" x="1630" y="130" as="geometry" />
        </mxCell>
        <mxCell id="fargate" parent="1" style="shape=mxgraph.aws4.resourceIcon;resIcon=mxgraph.aws4.fargate;fillColor=#ED7100;strokeColor=none;" value="" vertex="1">
          <mxGeometry height="60" width="60" x="1570" y="210" as="geometry" />
        </mxCell>
        <mxCell id="fargate_lbl" parent="1" style="text;html=1;align=center;fontSize=10;" value="ECS Fargate&#xa;Streamlit :8501" vertex="1">
          <mxGeometry height="30" width="100" x="1550" y="275" as="geometry" />
        </mxCell>
        <mxCell id="ecr_app" parent="1" style="shape=mxgraph.aws4.resourceIcon;resIcon=mxgraph.aws4.ecr;fillColor=#ED7100;strokeColor=none;" value="" vertex="1">
          <mxGeometry height="50" width="50" x="1680" y="210" as="geometry" />
        </mxCell>
        <mxCell id="ecr_app_lbl" parent="1" style="text;html=1;align=center;fontSize=10;" value="ECR&#xa;(streamlit image)" vertex="1">
          <mxGeometry height="30" width="80" x="1665" y="265" as="geometry" />
        </mxCell>
        <mxCell id="tab12" parent="1" style="rounded=1;fillColor=#d5e8d4;strokeColor=#82b366;fontSize=10;" value="Tab 1 / 2 — SELECT predictions,&#xa;model_evaluation (read replica)" vertex="1">
          <mxGeometry height="38" width="265" x="1495" y="360" as="geometry" />
        </mxCell>
        <mxCell id="tab3" parent="1" style="rounded=1;fillColor=#fff2cc;strokeColor=#d6b656;fontSize=10;" value="Tab 3 — filter df → bytes in memory&#xa;→ download / optional PUT s3/exports/" vertex="1">
          <mxGeometry height="38" width="265" x="1495" y="410" as="geometry" />
        </mxCell>
        <mxCell id="tab4" parent="1" style="rounded=1;fillColor=#f8cecc;strokeColor=#b85450;fontSize=10;" value="Tab 4 — INSERT feedback" vertex="1">
          <mxGeometry height="30" width="265" x="1495" y="460" as="geometry" />
        </mxCell>
        <mxCell id="tab5" parent="1" style="rounded=1;fillColor=#e1d5e7;strokeColor=#9673a6;fontSize=10;" value="Tab 5 — SELECT system_events" vertex="1">
          <mxGeometry height="30" width="265" x="1495" y="502" as="geometry" />
        </mxCell>
        <mxCell id="e_user_alb" edge="1" parent="1" source="user" style="edgeStyle=orthogonalEdgeStyle;fontSize=10;strokeColor=#6c8ebf;" target="alb" value="HTTPS">
          <mxGeometry relative="1" as="geometry" />
        </mxCell>
        <mxCell id="e_alb_fargate" edge="1" parent="1" source="alb" style="edgeStyle=orthogonalEdgeStyle;strokeColor=#ED7100;" target="fargate" value="">
          <mxGeometry relative="1" as="geometry" />
        </mxCell>
        <mxCell id="e_ecr_fargate" edge="1" parent="1" source="ecr_app" style="edgeStyle=orthogonalEdgeStyle;fontSize=10;dashed=1;strokeColor=#ED7100;exitX=0;exitY=0.5;entryX=1;entryY=0.5;" target="fargate" value="pull image">
          <mxGeometry relative="1" as="geometry" />
        </mxCell>
        <mxCell id="e_fargate_secrets" edge="1" parent="1" source="fargate" style="edgeStyle=orthogonalEdgeStyle;fontSize=10;dashed=1;strokeColor=#DD344C;exitX=0;exitY=1;entryX=0.5;entryY=0;" target="secrets" value="fetch creds">
          <mxGeometry relative="1" as="geometry">
            <Array as="points">
              <mxPoint x="1430" y="270" />
              <mxPoint x="1430" y="635" />
              <mxPoint x="1215" y="635" />
            </Array>
          </mxGeometry>
        </mxCell>
        <mxCell id="e_fargate_rds" edge="1" parent="1" source="fargate" style="edgeStyle=orthogonalEdgeStyle;fontSize=10;strokeColor=#2E73B8;exitX=0;exitY=0.8;entryX=1;entryY=0.5;" target="rds" value="SQL queries">
          <mxGeometry relative="1" as="geometry">
            <Array as="points">
              <mxPoint x="1440" y="278" />
              <mxPoint x="1440" y="635" />
              <mxPoint x="1370" y="635" />
            </Array>
          </mxGeometry>
        </mxCell>
        <mxCell id="e_tab3_s3" edge="1" parent="1" source="tab3" style="edgeStyle=orthogonalEdgeStyle;fontSize=10;dashed=1;strokeColor=#d6b656;exitX=0;entryX=1;entryY=0.7;" target="s3_gold" value="PUT exports/ (optional)">
          <mxGeometry relative="1" as="geometry">
            <Array as="points">
              <mxPoint x="1460" y="429" />
              <mxPoint x="1460" y="560" />
              <mxPoint x="850" y="560" />
            </Array>
          </mxGeometry>
        </mxCell>
        <mxCell id="cfn_stack1" parent="1" style="rounded=1;fillColor=#ffe6cc;strokeColor=#d79b00;fontSize=10;" value="stack: RDS + Secrets + VPC" vertex="1">
          <mxGeometry height="28" width="175" x="1610" y="703" as="geometry" />
        </mxCell>
        <mxCell id="cfn_stack2" parent="1" style="rounded=1;fillColor=#ffe6cc;strokeColor=#d79b00;fontSize=10;" value="stack: SageMaker Pipeline + ECR" vertex="1">
          <mxGeometry height="28" width="175" x="1610" y="740" as="geometry" />
        </mxCell>
        <mxCell id="cfn_stack3" parent="1" style="rounded=1;fillColor=#ffe6cc;strokeColor=#d79b00;fontSize=10;" value="stack: ECS Fargate + ALB + ECR" vertex="1">
          <mxGeometry height="28" width="175" x="1610" y="777" as="geometry" />
        </mxCell>
        <mxCell id="cfn_stack4" parent="1" style="rounded=1;fillColor=#ffe6cc;strokeColor=#d79b00;fontSize=10;" value="stack: S3 + Glue + EventBridge" vertex="1">
          <mxGeometry height="28" width="175" x="1610" y="814" as="geometry" />
        </mxCell>
        <mxCell id="e_cfn1" edge="1" parent="1" source="cfn" style="edgeStyle=orthogonalEdgeStyle;dashed=1;strokeColor=#d79b00;exitX=1;exitY=0.3;entryX=0;entryY=0.5;" target="cfn_stack1" value="">
          <mxGeometry relative="1" as="geometry" />
        </mxCell>
        <mxCell id="e_cfn2" edge="1" parent="1" source="cfn" style="edgeStyle=orthogonalEdgeStyle;dashed=1;strokeColor=#d79b00;exitX=1;exitY=0.5;entryX=0;entryY=0.5;" target="cfn_stack2" value="">
          <mxGeometry relative="1" as="geometry" />
        </mxCell>
        <mxCell id="e_cfn3" edge="1" parent="1" source="cfn" style="edgeStyle=orthogonalEdgeStyle;dashed=1;strokeColor=#d79b00;exitX=1;exitY=0.6;entryX=0;entryY=0.5;" target="cfn_stack3" value="">
          <mxGeometry relative="1" as="geometry" />
        </mxCell>
        <mxCell id="e_cfn4" edge="1" parent="1" source="cfn" style="edgeStyle=orthogonalEdgeStyle;dashed=1;strokeColor=#d79b00;exitX=1;exitY=0.8;entryX=0;entryY=0.5;" target="cfn_stack4" value="">
          <mxGeometry relative="1" as="geometry" />
        </mxCell>
        <mxCell id="leg_title" parent="1" style="text;html=1;fontStyle=1;fontSize=13;" value="Legend" vertex="1">
          <mxGeometry height="25" width="80" x="40" y="910" as="geometry" />
        </mxCell>
        <mxCell id="leg1" parent="1" style="text;html=1;fontSize=10;" value="── ML pipeline / data write" vertex="1">
          <mxGeometry height="18" width="180" x="40" y="938" as="geometry" />
        </mxCell>
        <mxCell id="leg2" parent="1" style="text;html=1;fontSize=10;" value="- - pull image / optional / dashed" vertex="1">
          <mxGeometry height="18" width="190" x="40" y="958" as="geometry" />
        </mxCell>
        <mxCell id="leg3" parent="1" style="text;html=1;fontSize=10;" value="── automated trigger (EventBridge/Lambda)" vertex="1">
          <mxGeometry height="18" width="230" x="40" y="978" as="geometry" />
        </mxCell>
        <mxCell id="leg4" parent="1" style="text;html=1;fontSize=10;" value="── SQL query (Fargate → RDS)" vertex="1">
          <mxGeometry height="18" width="200" x="40" y="998" as="geometry" />
        </mxCell>
      </root>
    </mxGraphModel>
  </diagram>
</mxfile>
